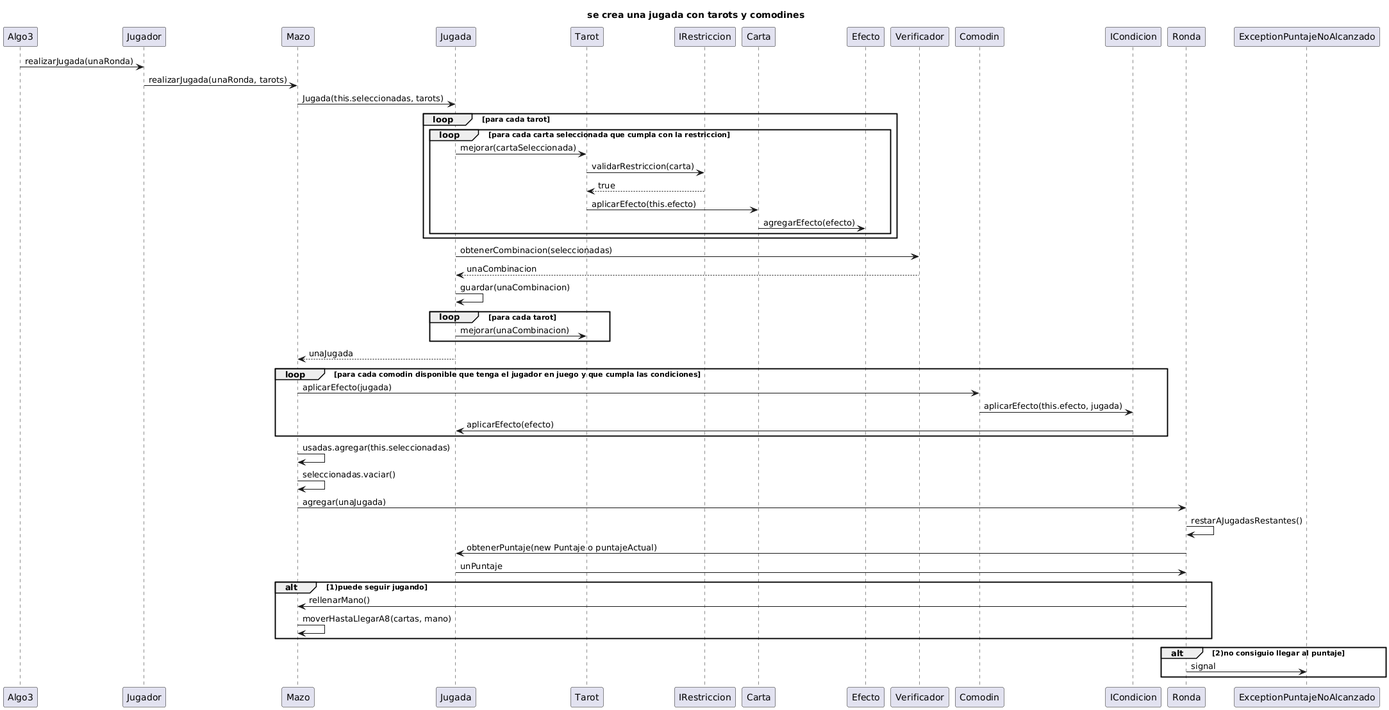
The PlantUML diagram diagrams/sequences/SD-seCreaUnaJugadaConTarotsYComodines.png in Sotelo27/TP2-Balatro-Grupo-08, before a commit. Source of this version:
```plantuml
@startuml
title se crea una jugada con tarots y comodines

Algo3 -> Jugador: realizarJugada(unaRonda)
Jugador -> Mazo : realizarJugada(unaRonda, tarots)
Mazo -> Jugada : Jugada(this.seleccionadas, tarots)
loop para cada tarot
loop para cada carta seleccionada que cumpla con la restriccion
Jugada -> Tarot : mejorar(cartaSeleccionada)
Tarot -> IRestriccion : validarRestriccion(carta)
IRestriccion --> Tarot : true
Tarot ->Carta : aplicarEfecto(this.efecto)
Carta -> Efecto : agregarEfecto(efecto)
end loop
end loop
Jugada -> Verificador : obtenerCombinacion(seleccionadas)
Verificador --> Jugada : unaCombinacion
Jugada -> Jugada : guardar(unaCombinacion)
loop para cada tarot
Jugada -> Tarot : mejorar(unaCombinacion)
end loop
Jugada --> Mazo : unaJugada
loop para cada comodin disponible que tenga el jugador en juego y que cumpla las condiciones
Mazo -> Comodin : aplicarEfecto(jugada)
Comodin -> ICondicion : aplicarEfecto(this.efecto, jugada)
ICondicion -> Jugada : aplicarEfecto(efecto)
end loop

Mazo ->  Mazo: usadas.agregar(this.seleccionadas)
Mazo -> Mazo : seleccionadas.vaciar()
Mazo -> Ronda : agregar(unaJugada)
Ronda -> Ronda : restarAJugadasRestantes()
Ronda -> Jugada : obtenerPuntaje(new Puntaje o puntajeActual)
Jugada -> Ronda : unPuntaje
alt 1)puede seguir jugando

Ronda -> Mazo : rellenarMano()
Mazo -> Mazo : moverHastaLlegarA8(cartas, mano)
end alt
alt 2)no consiguio llegar al puntaje
Ronda -> ExceptionPuntajeNoAlcanzado : signal

end alt
@enduml
```
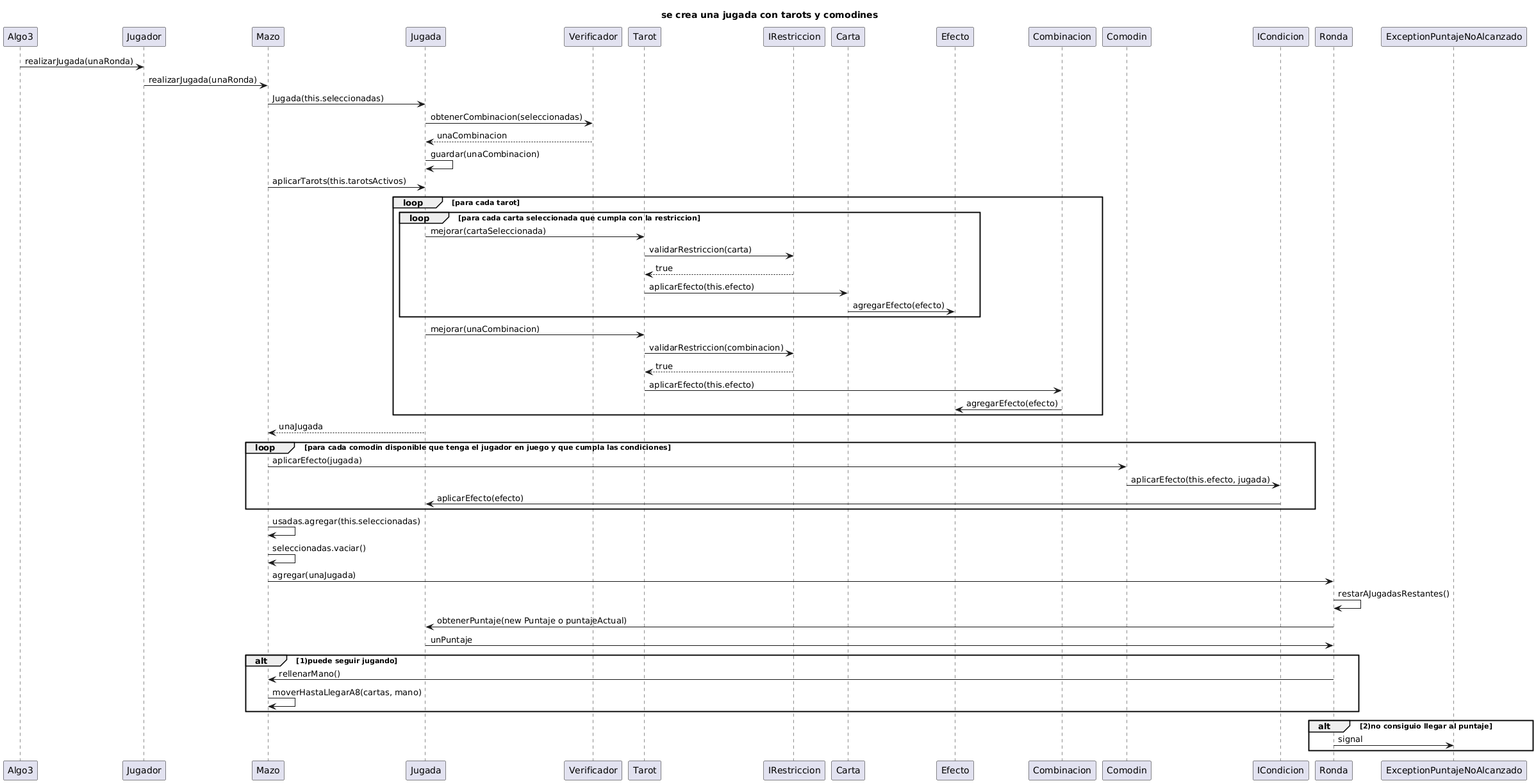
After the change.

Change to the diagram source:
```diff
@@ -2,8 +2,12 @@
 title se crea una jugada con tarots y comodines
 
 Algo3 -> Jugador: realizarJugada(unaRonda)
-Jugador -> Mazo : realizarJugada(unaRonda, tarots)
-Mazo -> Jugada : Jugada(this.seleccionadas, tarots)
+Jugador -> Mazo : realizarJugada(unaRonda)
+Mazo -> Jugada : Jugada(this.seleccionadas)
+Jugada -> Verificador : obtenerCombinacion(seleccionadas)
+Verificador --> Jugada : unaCombinacion
+Jugada -> Jugada : guardar(unaCombinacion)
+Mazo -> Jugada : aplicarTarots(this.tarotsActivos)
 loop para cada tarot
 loop para cada carta seleccionada que cumpla con la restriccion
 Jugada -> Tarot : mejorar(cartaSeleccionada)
@@ -12,12 +16,12 @@
 Tarot ->Carta : aplicarEfecto(this.efecto)
 Carta -> Efecto : agregarEfecto(efecto)
 end loop
-end loop
-Jugada -> Verificador : obtenerCombinacion(seleccionadas)
-Verificador --> Jugada : unaCombinacion
-Jugada -> Jugada : guardar(unaCombinacion)
-loop para cada tarot
 Jugada -> Tarot : mejorar(unaCombinacion)
+Tarot -> IRestriccion : validarRestriccion(combinacion)
+IRestriccion --> Tarot : true
+Tarot -> Combinacion : aplicarEfecto(this.efecto)
+Combinacion -> Efecto : agregarEfecto(efecto)
+
 end loop
 Jugada --> Mazo : unaJugada
 loop para cada comodin disponible que tenga el jugador en juego y que cumpla las condiciones
```
